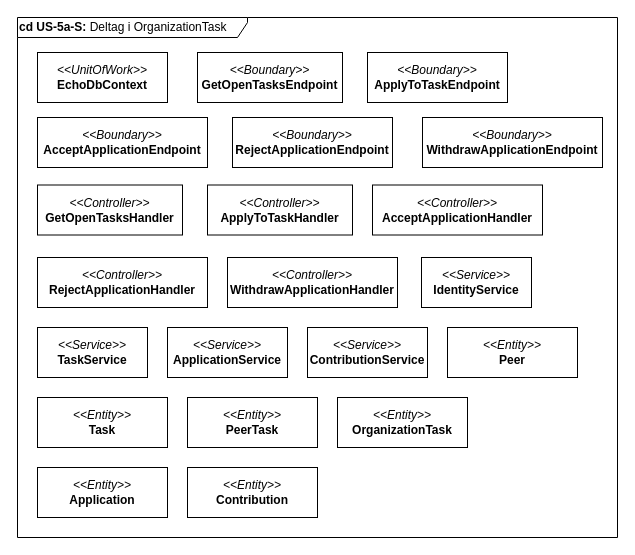
Above: page "2 - Klasser uden forbindelser" (2 of 4) of drawio/Applikationsmodeller/US5a/BE/US5a_BE_Applikationsmodel.drawio in Echo-AU/artifacts (draw.io), before the change. Source tidied: cells renumbered, new cells numbered last; positions are measured from the earlier drawing's top-left corner, leaving out a move shared by most shapes. Both pictures are drawn from the tidied source at 100%, with x=0, y=0 at pixel (17, 17).
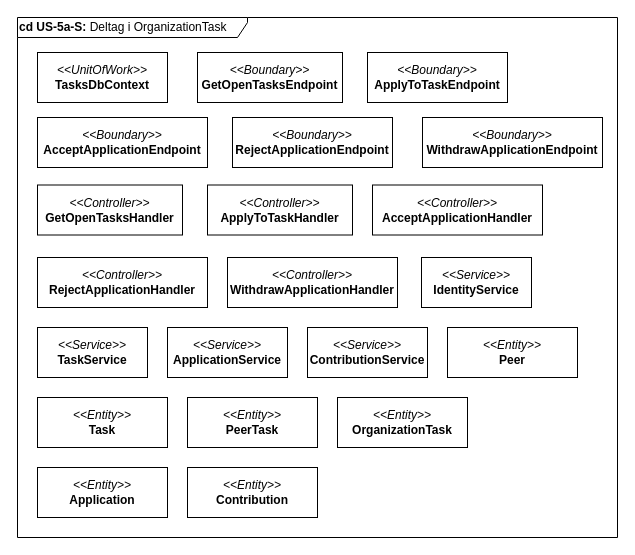
The same page after the edit.

Diff of the diagram source:
```diff
@@
-    <mxCell id="3" value="&lt;span style=&quot;font-weight: normal;&quot;&gt;&lt;i&gt;&amp;lt;&amp;lt;UnitOfWork&amp;gt;&amp;gt;&lt;/i&gt;&lt;/span&gt;&lt;div&gt;EchoDbContext&lt;/div&gt;" style="rounded=0;whiteSpace=wrap;html=1;fontStyle=1;" parent="1" vertex="1">
+    <mxCell id="3" value="&lt;span style=&quot;font-weight: normal;&quot;&gt;&lt;i&gt;&amp;lt;&amp;lt;UnitOfWork&amp;gt;&amp;gt;&lt;/i&gt;&lt;/span&gt;&lt;div&gt;TasksDbContext&lt;/div&gt;" style="rounded=0;whiteSpace=wrap;html=1;fontStyle=1;" parent="1" vertex="1">
       <mxGeometry x="20" y="35" width="130" height="50" as="geometry" />
     </mxCell>
```
